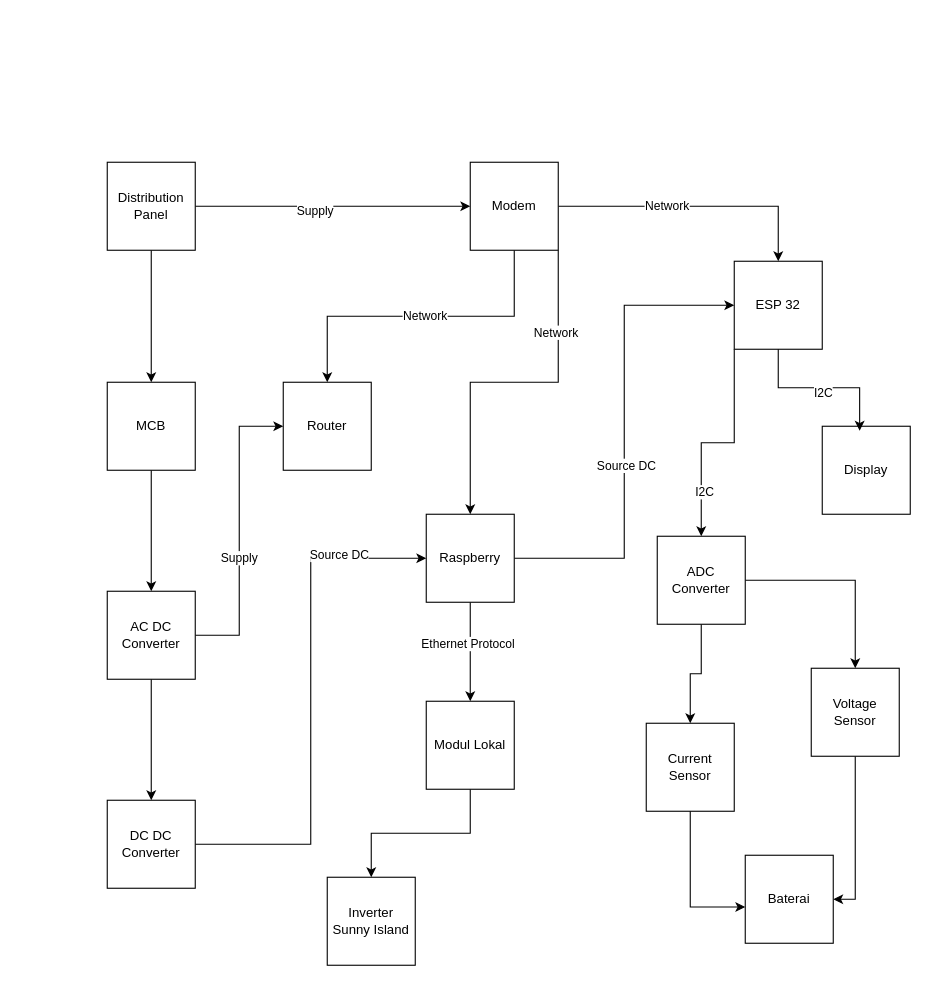
Earlier version of the draw.io diagram Arsitektur Sistem BMS.drawio (Rezen351/Flowchart). Source tidied: cells renumbered, new cells numbered last; positions are measured from the earlier drawing's top-left corner, leaving out a move shared by most shapes. Both pictures are drawn from the tidied source at 110%, with x=0, y=0 at pixel (107, 162).
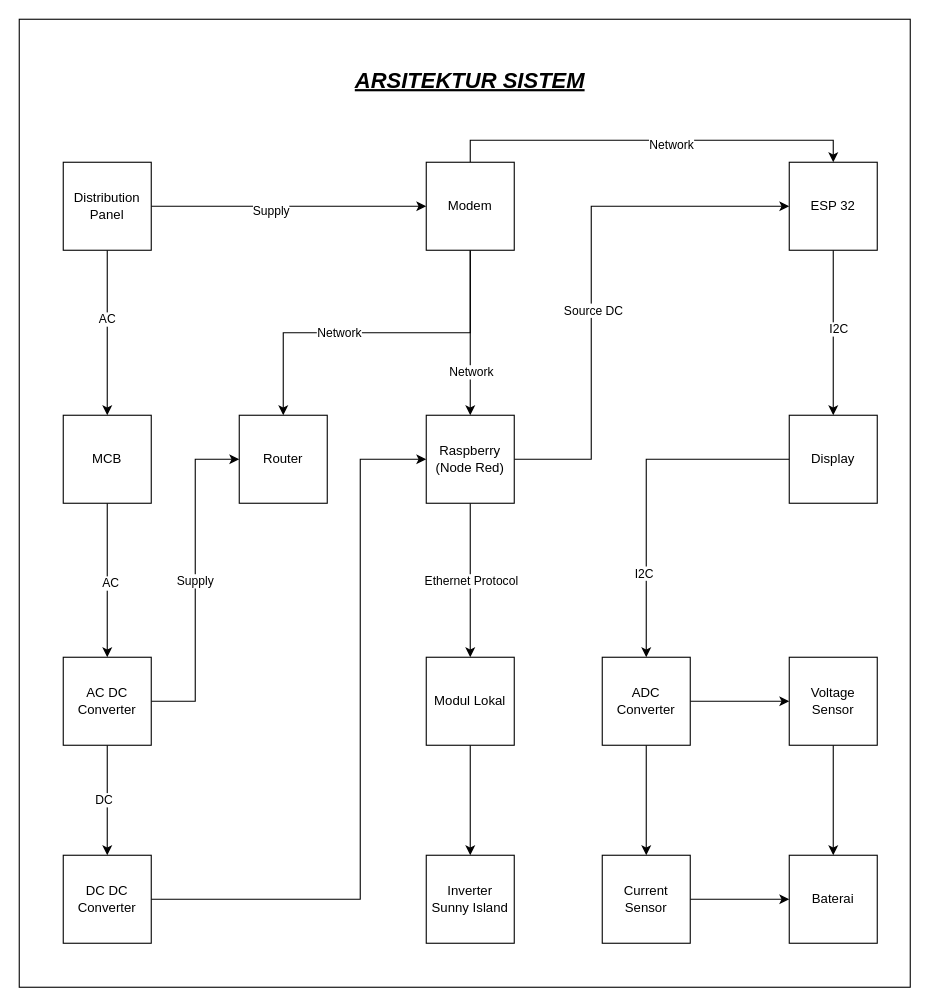
The same page after the edit.

Unchanged cells that the change refers to:
```xml
<mxCell id="2" style="edgeStyle=orthogonalEdgeStyle;rounded=0;jettySize=auto;html=1;exitX=0.5;exitY=1;exitDx=0;exitDy=0;entryX=0.5;entryY=0;entryDx=0;entryDy=0;" parent="1" edge="1" source="5" target="7">
  <mxGeometry relative="1" as="geometry" />
</mxCell>
<mxCell id="6" style="edgeStyle=orthogonalEdgeStyle;rounded=0;jettySize=auto;html=1;exitX=0.5;exitY=1;exitDx=0;exitDy=0;entryX=0.5;entryY=0;entryDx=0;entryDy=0;" parent="1" edge="1" source="7" target="11">
  <mxGeometry relative="1" as="geometry" />
</mxCell>
<mxCell id="8" style="edgeStyle=orthogonalEdgeStyle;rounded=0;jettySize=auto;html=1;exitX=0.5;exitY=1;exitDx=0;exitDy=0;entryX=0.5;entryY=0;entryDx=0;entryDy=0;" parent="1" edge="1" source="11" target="22">
  <mxGeometry relative="1" as="geometry" />
</mxCell>
<mxCell id="9" style="edgeStyle=orthogonalEdgeStyle;rounded=0;jettySize=auto;html=1;exitX=1;exitY=0.5;exitDx=0;exitDy=0;entryX=0;entryY=0.5;entryDx=0;entryDy=0;" parent="1" edge="1" source="11" target="38">
  <mxGeometry relative="1" as="geometry" />
</mxCell>
<mxCell id="17" style="edgeStyle=orthogonalEdgeStyle;rounded=0;jettySize=auto;html=1;exitX=0.5;exitY=1;exitDx=0;exitDy=0;entryX=0.5;entryY=0;entryDx=0;entryDy=0;" parent="1" edge="1" source="19" target="41">
  <mxGeometry relative="1" as="geometry" />
</mxCell>
<mxCell id="31" style="edgeStyle=orthogonalEdgeStyle;rounded=0;jettySize=auto;html=1;exitX=0.5;exitY=1;exitDx=0;exitDy=0;entryX=0.5;entryY=0;entryDx=0;entryDy=0;" parent="1" edge="1" source="37" target="38">
  <mxGeometry relative="1" as="geometry" />
</mxCell>
```

Diff of the diagram source:
```diff
@@
+    <mxCell id="45" style="rounded=0;whiteSpace=wrap;html=1;" parent="1" vertex="1">
+      <mxGeometry x="-80" y="-130" width="810" height="880" as="geometry" />
+    </mxCell>
@@
+    <mxCell id="46" value="AC" style="edgeLabel;html=1;align=center;verticalAlign=middle;" parent="2" vertex="1">
+      <mxGeometry x="-0.18" y="-1" relative="1" as="geometry" />
+    </mxCell>
@@
     <mxCell id="5" value="Distribution Panel" style="whiteSpace=wrap;html=1;" parent="1" vertex="1">
-      <mxGeometry width="80" height="80" as="geometry" />
+      <mxGeometry x="-40" width="80" height="80" as="geometry" />
     </mxCell>
@@
+    <mxCell id="47" value="AC" style="edgeLabel;html=1;align=center;verticalAlign=middle;" parent="6" vertex="1">
+      <mxGeometry x="0.03" y="2" relative="1" as="geometry" />
+    </mxCell>
     <mxCell id="7" value="MCB" style="whiteSpace=wrap;html=1;" parent="1" vertex="1">
-      <mxGeometry y="200" width="80" height="80" as="geometry" />
+      <mxGeometry x="-40" y="230" width="80" height="80" as="geometry" />
     </mxCell>
@@
+    <mxCell id="48" value="DC" style="edgeLabel;html=1;align=center;verticalAlign=middle;" parent="8" vertex="1">
+      <mxGeometry x="0.13" y="-4" relative="1" as="geometry">
+        <mxPoint y="-7" as="offset" />
+      </mxGeometry>
+    </mxCell>
@@
     <mxCell id="10" value="Supply" style="edgeLabel;html=1;align=center;verticalAlign=middle;" parent="9" vertex="1">
-      <mxGeometry x="-0.18" y="1" relative="1" as="geometry" />
+      <mxGeometry x="-0.18" y="1" relative="1" as="geometry">
+        <mxPoint y="-27" as="offset" />
+      </mxGeometry>
     </mxCell>
     <mxCell id="11" value="AC DC Converter" style="whiteSpace=wrap;html=1;" parent="1" vertex="1">
-      <mxGeometry y="390" width="80" height="80" as="geometry" />
+      <mxGeometry x="-40" y="450" width="80" height="80" as="geometry" />
     </mxCell>
-    <mxCell id="12" style="edgeStyle=orthogonalEdgeStyle;rounded=0;jettySize=auto;html=1;exitX=0;exitY=1;exitDx=0;exitDy=0;" parent="1" edge="1" source="14" target="28">
-      <mxGeometry relative="1" as="geometry" />
-    </mxCell>
-    <mxCell id="13" value="I2C" style="edgeLabel;html=1;align=center;verticalAlign=middle;" parent="12" vertex="1">
-      <mxGeometry x="0.59" y="2" relative="1" as="geometry" />
-    </mxCell>
+    <mxCell id="42" style="edgeStyle=orthogonalEdgeStyle;rounded=0;jettySize=auto;html=1;exitX=0.5;exitY=1;exitDx=0;exitDy=0;entryX=0.5;entryY=0;entryDx=0;entryDy=0;" parent="1" edge="1" source="14" target="39">
+      <mxGeometry relative="1" as="geometry" />
+    </mxCell>
+    <mxCell id="49" value="I2C" style="edgeLabel;html=1;align=center;verticalAlign=middle;" parent="42" vertex="1">
+      <mxGeometry x="-0.05" y="4" relative="1" as="geometry" />
+    </mxCell>
     <mxCell id="14" value="ESP 32" style="whiteSpace=wrap;html=1;" parent="1" vertex="1">
-      <mxGeometry x="570" y="90" width="80" height="80" as="geometry" />
+      <mxGeometry x="620" width="80" height="80" as="geometry" />
     </mxCell>
     <mxCell id="15" style="edgeStyle=orthogonalEdgeStyle;rounded=0;jettySize=auto;html=1;entryX=0;entryY=0.5;entryDx=0;entryDy=0;" parent="1" edge="1" source="19" target="14">
-      <mxGeometry relative="1" as="geometry" />
+      <mxGeometry relative="1" as="geometry">
+        <Array as="points">
+          <mxPoint x="440" y="270" />
+          <mxPoint x="440" y="40" />
+        </Array>
+      </mxGeometry>
     </mxCell>
@@
     <mxCell id="18" value="Ethernet Protocol" style="edgeLabel;html=1;align=center;verticalAlign=middle;" parent="17" vertex="1">
-      <mxGeometry x="-0.17" y="-3" relative="1" as="geometry" />
+      <mxGeometry x="-0.17" y="-3" relative="1" as="geometry">
+        <mxPoint x="3" y="12" as="offset" />
+      </mxGeometry>
     </mxCell>
-    <mxCell id="19" value="Raspberry" style="whiteSpace=wrap;html=1;" parent="1" vertex="1">
-      <mxGeometry x="290" y="320" width="80" height="80" as="geometry" />
+    <mxCell id="19" value="Raspberry (Node Red)" style="whiteSpace=wrap;html=1;" parent="1" vertex="1">
+      <mxGeometry x="290" y="230" width="80" height="80" as="geometry" />
     </mxCell>
     <mxCell id="20" style="edgeStyle=orthogonalEdgeStyle;rounded=0;jettySize=auto;html=1;exitX=1;exitY=0.5;exitDx=0;exitDy=0;entryX=0;entryY=0.5;entryDx=0;entryDy=0;" parent="1" edge="1" source="22" target="19">
-      <mxGeometry relative="1" as="geometry" />
+      <mxGeometry relative="1" as="geometry">
+        <Array as="points">
+          <mxPoint x="230" y="670" />
+          <mxPoint x="230" y="270" />
+        </Array>
+      </mxGeometry>
     </mxCell>
-    <mxCell id="21" value="Source DC" style="edgeLabel;html=1;align=center;verticalAlign=middle;" parent="20" vertex="1">
-      <mxGeometry x="0.66" y="4" relative="1" as="geometry" />
-    </mxCell>
     <mxCell id="22" value="DC DC Converter" style="whiteSpace=wrap;html=1;" parent="1" vertex="1">
-      <mxGeometry y="580" width="80" height="80" as="geometry" />
+      <mxGeometry x="-40" y="630" width="80" height="80" as="geometry" />
     </mxCell>
     <mxCell id="23" value="Baterai" style="whiteSpace=wrap;html=1;" parent="1" vertex="1">
-      <mxGeometry x="580" y="630" width="80" height="80" as="geometry" />
+      <mxGeometry x="620" y="630" width="80" height="80" as="geometry" />
     </mxCell>
+    <mxCell id="44" style="edgeStyle=orthogonalEdgeStyle;rounded=0;jettySize=auto;html=1;exitX=1;exitY=0.5;exitDx=0;exitDy=0;entryX=0;entryY=0.5;entryDx=0;entryDy=0;" parent="1" edge="1" source="24" target="23">
+      <mxGeometry relative="1" as="geometry" />
+    </mxCell>
     <mxCell id="24" value="Current Sensor" style="whiteSpace=wrap;html=1;" parent="1" vertex="1">
-      <mxGeometry x="490" y="510" width="80" height="80" as="geometry" />
+      <mxGeometry x="450" y="630" width="80" height="80" as="geometry" />
     </mxCell>
     <mxCell id="25" value="Inverter Sunny Island" style="whiteSpace=wrap;html=1;" parent="1" vertex="1">
-      <mxGeometry x="200" y="650" width="80" height="80" as="geometry" />
+      <mxGeometry x="290" y="630" width="80" height="80" as="geometry" />
     </mxCell>
@@
-    <mxCell id="27" style="edgeStyle=orthogonalEdgeStyle;rounded=0;jettySize=auto;html=1;exitX=1;exitY=0.5;exitDx=0;exitDy=0;entryX=0.5;entryY=0;entryDx=0;entryDy=0;" parent="1" edge="1" source="28" target="30">
+    <mxCell id="27" style="edgeStyle=orthogonalEdgeStyle;rounded=0;jettySize=auto;html=1;exitX=1;exitY=0.5;exitDx=0;exitDy=0;entryX=0;entryY=0.5;entryDx=0;entryDy=0;" parent="1" edge="1" source="28" target="30">
       <mxGeometry relative="1" as="geometry" />
     </mxCell>
     <mxCell id="28" value="ADC Converter" style="whiteSpace=wrap;html=1;" parent="1" vertex="1">
-      <mxGeometry x="500" y="340" width="80" height="80" as="geometry" />
+      <mxGeometry x="450" y="450" width="80" height="80" as="geometry" />
     </mxCell>
-    <mxCell id="29" style="edgeStyle=orthogonalEdgeStyle;rounded=0;jettySize=auto;html=1;exitX=0.5;exitY=1;exitDx=0;exitDy=0;entryX=1;entryY=0.5;entryDx=0;entryDy=0;" parent="1" edge="1" source="30" target="23">
+    <mxCell id="29" style="edgeStyle=orthogonalEdgeStyle;rounded=0;jettySize=auto;html=1;exitX=0.5;exitY=1;exitDx=0;exitDy=0;entryX=0.5;entryY=0;entryDx=0;entryDy=0;" parent="1" edge="1" source="30" target="23">
       <mxGeometry relative="1" as="geometry" />
     </mxCell>
     <mxCell id="30" value="Voltage Sensor" style="whiteSpace=wrap;html=1;" parent="1" vertex="1">
-      <mxGeometry x="640" y="460" width="80" height="80" as="geometry" />
+      <mxGeometry x="620" y="450" width="80" height="80" as="geometry" />
     </mxCell>
@@
     <mxCell id="32" value="Network" style="edgeLabel;html=1;align=center;verticalAlign=middle;" parent="31" vertex="1">
       <mxGeometry x="-0.24" y="-1" relative="1" as="geometry">
-        <mxPoint x="-32" as="offset" />
+        <mxPoint x="-73" as="offset" />
       </mxGeometry>
     </mxCell>
-    <mxCell id="33" style="edgeStyle=orthogonalEdgeStyle;rounded=0;jettySize=auto;html=1;exitX=1;exitY=1;exitDx=0;exitDy=0;entryX=0.5;entryY=0;entryDx=0;entryDy=0;" parent="1" edge="1" source="37" target="19">
+    <mxCell id="33" style="edgeStyle=orthogonalEdgeStyle;rounded=0;jettySize=auto;html=1;exitX=0.5;exitY=1;exitDx=0;exitDy=0;entryX=0.5;entryY=0;entryDx=0;entryDy=0;" parent="1" edge="1" source="37" target="19">
       <mxGeometry relative="1" as="geometry" />
     </mxCell>
     <mxCell id="34" value="Network" style="edgeLabel;html=1;align=center;verticalAlign=middle;" parent="33" vertex="1">
-      <mxGeometry x="-0.54" y="-3" relative="1" as="geometry" />
+      <mxGeometry x="-0.54" y="-3" relative="1" as="geometry">
+        <mxPoint x="3" y="75" as="offset" />
+      </mxGeometry>
     </mxCell>
-    <mxCell id="35" style="edgeStyle=orthogonalEdgeStyle;rounded=0;jettySize=auto;html=1;exitX=1;exitY=0.5;exitDx=0;exitDy=0;entryX=0.5;entryY=0;entryDx=0;entryDy=0;" parent="1" edge="1" source="37" target="14">
+    <mxCell id="35" style="edgeStyle=orthogonalEdgeStyle;rounded=0;jettySize=auto;html=1;exitX=0.5;exitY=0;exitDx=0;exitDy=0;entryX=0.5;entryY=0;entryDx=0;entryDy=0;" parent="1" edge="1" source="37" target="14">
       <mxGeometry relative="1" as="geometry" />
     </mxCell>
     <mxCell id="36" value="Network" style="edgeLabel;html=1;align=center;verticalAlign=middle;" parent="35" vertex="1">
-      <mxGeometry x="-0.22" y="1" relative="1" as="geometry" />
+      <mxGeometry x="0.09" y="-3" relative="1" as="geometry" />
     </mxCell>
     <mxCell id="37" value="Modem" style="whiteSpace=wrap;html=1;" parent="1" vertex="1">
-      <mxGeometry x="330" width="80" height="80" as="geometry" />
+      <mxGeometry x="290" width="80" height="80" as="geometry" />
     </mxCell>
     <mxCell id="38" value="Router" style="whiteSpace=wrap;html=1;" parent="1" vertex="1">
-      <mxGeometry x="160" y="200" width="80" height="80" as="geometry" />
+      <mxGeometry x="120" y="230" width="80" height="80" as="geometry" />
     </mxCell>
+    <mxCell id="50" style="edgeStyle=orthogonalEdgeStyle;rounded=0;jettySize=auto;html=1;exitX=0;exitY=0.5;exitDx=0;exitDy=0;entryX=0.5;entryY=0;entryDx=0;entryDy=0;" parent="1" edge="1" source="39" target="28">
+      <mxGeometry relative="1" as="geometry" />
+    </mxCell>
+    <mxCell id="51" value="I2C" style="edgeLabel;html=1;align=center;verticalAlign=middle;" parent="50" vertex="1">
+      <mxGeometry x="0.5" y="-3" relative="1" as="geometry" />
+    </mxCell>
     <mxCell id="39" value="Display" style="whiteSpace=wrap;html=1;" parent="1" vertex="1">
-      <mxGeometry x="650" y="240" width="80" height="80" as="geometry" />
+      <mxGeometry x="620" y="230" width="80" height="80" as="geometry" />
     </mxCell>
@@
     <mxCell id="41" value="Modul Lokal" style="whiteSpace=wrap;html=1;" parent="1" vertex="1">
-      <mxGeometry x="290" y="490" width="80" height="80" as="geometry" />
+      <mxGeometry x="290" y="450" width="80" height="80" as="geometry" />
     </mxCell>
-    <mxCell id="42" style="edgeStyle=orthogonalEdgeStyle;rounded=0;jettySize=auto;html=1;exitX=0.5;exitY=1;exitDx=0;exitDy=0;entryX=0.425;entryY=0.05;entryDx=0;entryDy=0;entryPerimeter=0;" parent="1" edge="1" source="14" target="39">
-      <mxGeometry relative="1" as="geometry" />
-    </mxCell>
-    <mxCell id="43" value="I2C" style="edgeLabel;html=1;align=center;verticalAlign=middle;" parent="42" vertex="1">
-      <mxGeometry x="0.07" y="-4" relative="1" as="geometry">
-        <mxPoint x="-4" as="offset" />
-      </mxGeometry>
-    </mxCell>
-    <mxCell id="44" style="edgeStyle=orthogonalEdgeStyle;rounded=0;jettySize=auto;html=1;exitX=0.5;exitY=1;exitDx=0;exitDy=0;entryX=0;entryY=0.588;entryDx=0;entryDy=0;entryPerimeter=0;" parent="1" edge="1" source="24" target="23">
-      <mxGeometry relative="1" as="geometry" />
-    </mxCell>
+    <mxCell id="52" value="&lt;font style=&quot;font-size: 20px;&quot;&gt;&lt;i style=&quot;&quot;&gt;&lt;u style=&quot;&quot;&gt;&lt;b style=&quot;&quot;&gt;ARSITEKTUR SISTEM&lt;/b&gt;&lt;/u&gt;&lt;/i&gt;&lt;/font&gt;" style="text;html=1;align=center;verticalAlign=middle;whiteSpace=wrap;rounded=0;" parent="1" vertex="1">
+      <mxGeometry x="195" y="-130" width="270" height="110" as="geometry" />
+    </mxCell>
```
